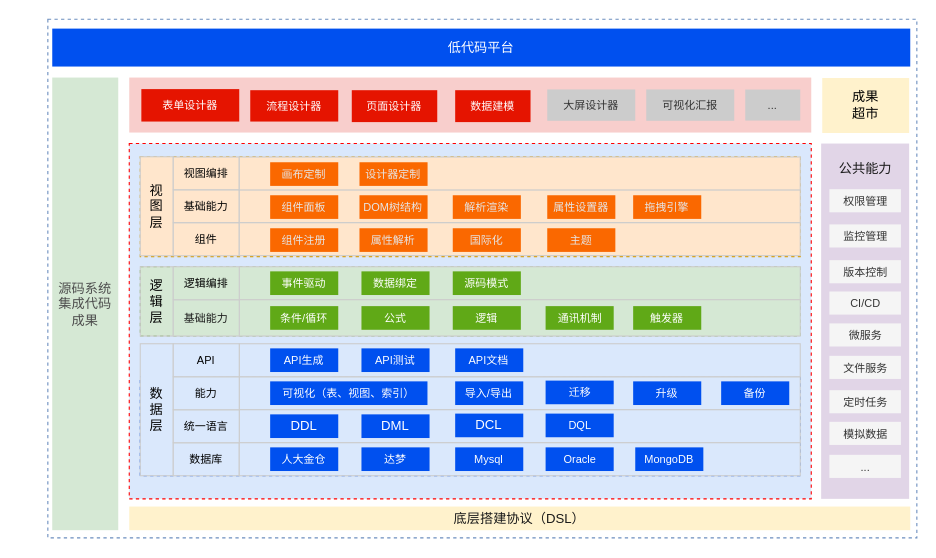
Before: 低代码—泳道图—研究内容.drawio in tangyaosimida/love, a draw.io diagram. Source tidied: cells renumbered, new cells numbered last; positions are measured from the earlier drawing's top-left corner, leaving out a move shared by most shapes. Both pictures are drawn from the tidied source at 110%, with x=0, y=0 at pixel (47, 19).
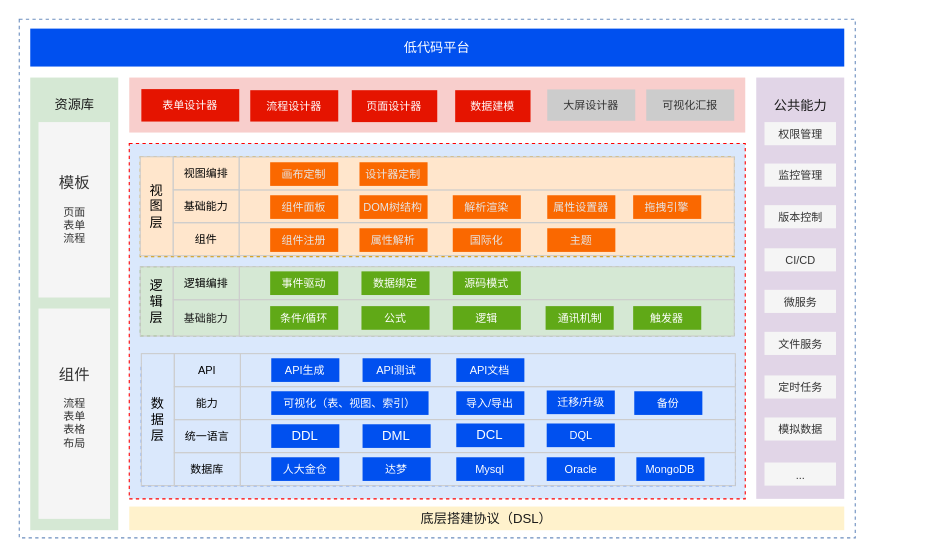
The same page after the edit.

Commit message:
更新低代码—泳道图—研究内容.drawio

Change to the diagram source:
```diff
@@
     <mxCell id="2" style="rounded=0;whiteSpace=wrap;html=1;dashed=1;fillColor=none;strokeColor=#6c8ebf;strokeWidth=1;" parent="1" vertex="1">
-      <mxGeometry width="790" height="471.5" as="geometry" />
+      <mxGeometry x="-26" width="760" height="471.5" as="geometry" />
     </mxCell>
     <mxCell id="3" style="rounded=0;whiteSpace=wrap;html=1;fillColor=#dae8fc;strokeColor=#FF0000;dashed=1;strokeWidth=1;" parent="1" vertex="1">
-      <mxGeometry x="74" y="113" width="620" height="323" as="geometry" />
+      <mxGeometry x="74" y="113" width="560" height="323" as="geometry" />
     </mxCell>
     <mxCell id="4" style="rounded=0;whiteSpace=wrap;html=1;fillColor=#f8cecc;strokeColor=none;" parent="1" vertex="1">
-      <mxGeometry x="74" y="53" width="620" height="50" as="geometry" />
+      <mxGeometry x="74" y="53" width="560" height="50" as="geometry" />
     </mxCell>
     <mxCell id="5" style="rounded=0;whiteSpace=wrap;html=1;strokeWidth=1;strokeColor=none;fillColor=#e1d5e7;" parent="1" vertex="1">
-      <mxGeometry x="703" y="113" width="80" height="323" as="geometry" />
+      <mxGeometry x="644" y="53" width="80" height="383" as="geometry" />
     </mxCell>
     <mxCell id="6" value="低代码平台" style="rounded=0;whiteSpace=wrap;html=1;fillColor=#0050ef;fontColor=#ffffff;strokeColor=none;" parent="1" vertex="1">
-      <mxGeometry x="4" y="8.5" width="780" height="34.5" as="geometry" />
+      <mxGeometry x="-16" y="8.5" width="740" height="34.5" as="geometry" />
     </mxCell>
     <mxCell id="7" value="&lt;font color=&quot;#1a1a1a&quot;&gt;底层搭建协议（DSL）&lt;/font&gt;" style="rounded=0;whiteSpace=wrap;html=1;fillColor=#fff2cc;strokeColor=none;" parent="1" vertex="1">
-      <mxGeometry x="74" y="443" width="710" height="21.5" as="geometry" />
+      <mxGeometry x="74" y="443" width="650" height="21.5" as="geometry" />
     </mxCell>
-    <mxCell id="8" value="&lt;font&gt;成果&lt;/font&gt;&lt;div&gt;&lt;font&gt;超市&lt;/font&gt;&lt;/div&gt;" style="rounded=0;whiteSpace=wrap;html=1;fillColor=#fff2cc;strokeColor=none;dashed=1;strokeWidth=2;" parent="1" vertex="1">
-      <mxGeometry x="704" y="53.4" width="79" height="50" as="geometry" />
-    </mxCell>
@@
     <mxCell id="10" value="公共能力" style="text;html=1;align=center;verticalAlign=middle;whiteSpace=wrap;rounded=0;fontColor=#1A1A1A;" parent="1" vertex="1">
-      <mxGeometry x="710.5" y="126.5" width="65" height="18.5" as="geometry" />
+      <mxGeometry x="651.5" y="69.8" width="65" height="18.5" as="geometry" />
     </mxCell>
     <mxCell id="11" value="&lt;div style=&quot;&quot;&gt;&lt;br&gt;&lt;/div&gt;" style="rounded=0;whiteSpace=wrap;html=1;align=left;strokeColor=#0050EF;fillColor=#dae8fc;dashed=1;strokeWidth=1;" parent="1" vertex="1">
-      <mxGeometry x="84" y="325" width="600" height="90" as="geometry" />
+      <mxGeometry x="85" y="313" width="540" height="111" as="geometry" />
     </mxCell>
     <mxCell id="12" value="&lt;div style=&quot;&quot;&gt;&lt;br&gt;&lt;/div&gt;" style="rounded=0;whiteSpace=wrap;html=1;align=left;strokeColor=#82b366;fillColor=#d5e8d4;dashed=1;strokeWidth=1;" parent="1" vertex="1">
-      <mxGeometry x="84" y="225" width="600" height="63" as="geometry" />
+      <mxGeometry x="84" y="225" width="540" height="63" as="geometry" />
     </mxCell>
     <mxCell id="13" value="&lt;div style=&quot;&quot;&gt;&lt;br&gt;&lt;/div&gt;" style="rounded=0;whiteSpace=wrap;html=1;align=left;fillColor=#ffe6cc;strokeColor=#d79b00;dashed=1;strokeWidth=1;" parent="1" vertex="1">
-      <mxGeometry x="84" y="125" width="600" height="90.8" as="geometry" />
+      <mxGeometry x="84" y="125" width="540" height="90.8" as="geometry" />
     </mxCell>
@@
-    <mxCell id="19" value="&lt;font color=&quot;#4d4d4d&quot;&gt;源码系统集成代码成果&lt;/font&gt;" style="rounded=0;whiteSpace=wrap;html=1;fillColor=#d5e8d4;strokeColor=none;dashed=1;strokeWidth=2;" parent="1" vertex="1">
-      <mxGeometry x="4" y="53" width="60" height="411.5" as="geometry" />
+    <mxCell id="19" style="rounded=0;whiteSpace=wrap;html=1;fillColor=#d5e8d4;strokeColor=none;dashed=1;strokeWidth=2;" parent="1" vertex="1">
+      <mxGeometry x="-16" y="53" width="80" height="411.5" as="geometry" />
     </mxCell>
     <mxCell id="20" value="权限管理" style="rounded=0;whiteSpace=wrap;html=1;strokeColor=none;fillColor=#f5f5f5;fontColor=#333333;fontSize=10;" parent="1" vertex="1">
-      <mxGeometry x="710.5" y="154.5" width="65" height="21" as="geometry" />
+      <mxGeometry x="651.5" y="93.5" width="65" height="21" as="geometry" />
     </mxCell>
     <mxCell id="21" value="监控管理" style="rounded=0;whiteSpace=wrap;html=1;strokeColor=none;fillColor=#f5f5f5;fontColor=#333333;fontSize=10;" parent="1" vertex="1">
-      <mxGeometry x="710.5" y="186.5" width="65" height="21" as="geometry" />
+      <mxGeometry x="651.5" y="131.2" width="65" height="21" as="geometry" />
     </mxCell>
     <mxCell id="22" value="版本控制" style="rounded=0;whiteSpace=wrap;html=1;strokeColor=none;fillColor=#f5f5f5;fontColor=#333333;fontSize=10;" parent="1" vertex="1">
-      <mxGeometry x="710.5" y="219" width="65" height="21" as="geometry" />
+      <mxGeometry x="651.5" y="169" width="65" height="21" as="geometry" />
     </mxCell>
     <mxCell id="23" value="CI/CD" style="rounded=0;whiteSpace=wrap;html=1;strokeColor=none;fillColor=#f5f5f5;fontColor=#333333;fontSize=10;" parent="1" vertex="1">
-      <mxGeometry x="710.5" y="247.5" width="65" height="21" as="geometry" />
+      <mxGeometry x="651.5" y="208.2" width="65" height="21" as="geometry" />
     </mxCell>
     <mxCell id="24" value="微服务" style="rounded=0;whiteSpace=wrap;html=1;strokeColor=none;fillColor=#f5f5f5;fontColor=#333333;fontSize=10;" parent="1" vertex="1">
-      <mxGeometry x="710.5" y="276.5" width="65" height="21" as="geometry" />
+      <mxGeometry x="651.5" y="246" width="65" height="21" as="geometry" />
     </mxCell>
     <mxCell id="25" value="文件服务" style="rounded=0;whiteSpace=wrap;html=1;strokeColor=none;fillColor=#f5f5f5;fontColor=#333333;fontSize=10;" parent="1" vertex="1">
-      <mxGeometry x="710.5" y="306" width="65" height="21" as="geometry" />
+      <mxGeometry x="651.5" y="284.2" width="65" height="21" as="geometry" />
     </mxCell>
     <mxCell id="26" value="定时任务" style="rounded=0;whiteSpace=wrap;html=1;strokeColor=none;fillColor=#f5f5f5;fontColor=#333333;fontSize=10;" parent="1" vertex="1">
-      <mxGeometry x="710.5" y="337.2" width="65" height="21" as="geometry" />
+      <mxGeometry x="651.5" y="323.8" width="65" height="21" as="geometry" />
     </mxCell>
     <mxCell id="27" value="模拟数据" style="rounded=0;whiteSpace=wrap;html=1;strokeColor=none;fillColor=#f5f5f5;fontColor=#333333;fontSize=10;" parent="1" vertex="1">
-      <mxGeometry x="710.5" y="366" width="65" height="21" as="geometry" />
+      <mxGeometry x="651.5" y="362" width="65" height="21" as="geometry" />
     </mxCell>
     <mxCell id="28" value="..." style="rounded=0;whiteSpace=wrap;html=1;strokeColor=none;fillColor=#f5f5f5;fontColor=#333333;fontSize=10;" parent="1" vertex="1">
-      <mxGeometry x="710.5" y="396" width="65" height="21" as="geometry" />
+      <mxGeometry x="651.5" y="403" width="65" height="21" as="geometry" />
     </mxCell>
     <mxCell id="29" value="数&lt;div style=&quot;font-size: 12px;&quot;&gt;据&lt;/div&gt;&lt;div style=&quot;font-size: 12px;&quot;&gt;层&lt;/div&gt;" style="text;html=1;align=center;verticalAlign=middle;whiteSpace=wrap;rounded=0;fillColor=#dae8fc;strokeColor=#CCCCCC;fontSize=12;" parent="1" vertex="1">
-      <mxGeometry x="84" y="295" width="30" height="120" as="geometry" />
+      <mxGeometry x="85" y="304" width="30" height="120" as="geometry" />
     </mxCell>
-    <mxCell id="30" value="..." style="rounded=0;whiteSpace=wrap;html=1;fillColor=#CCCCCC;fontColor=#333333;strokeColor=none;fontSize=10;" parent="1" vertex="1">
-      <mxGeometry x="634" y="63.9" width="50" height="28.2" as="geometry" />
-    </mxCell>
     <mxCell id="31" style="rounded=0;whiteSpace=wrap;html=1;fillColor=#dae8fc;strokeColor=#CCCCCC;" parent="1" vertex="1">
-      <mxGeometry x="174" y="325" width="510" height="30" as="geometry" />
+      <mxGeometry x="175" y="334" width="450" height="30" as="geometry" />
     </mxCell>
     <mxCell id="32" style="rounded=0;whiteSpace=wrap;html=1;fillColor=#dae8fc;strokeColor=#CCCCCC;" parent="1" vertex="1">
-      <mxGeometry x="174" y="355" width="510" height="30" as="geometry" />
+      <mxGeometry x="175" y="364" width="450" height="30" as="geometry" />
     </mxCell>
     <mxCell id="33" value="数据库" style="rounded=0;whiteSpace=wrap;html=1;fillColor=#dae8fc;strokeColor=#CCCCCC;fontSize=10;" parent="1" vertex="1">
-      <mxGeometry x="114" y="385" width="60" height="30" as="geometry" />
+      <mxGeometry x="115" y="394" width="60" height="30" as="geometry" />
     </mxCell>
     <mxCell id="34" style="rounded=0;whiteSpace=wrap;html=1;fillColor=#dae8fc;strokeColor=#CCCCCC;" parent="1" vertex="1">
-      <mxGeometry x="174" y="295" width="510" height="30" as="geometry" />
+      <mxGeometry x="175" y="304" width="450" height="30" as="geometry" />
     </mxCell>
     <mxCell id="35" style="rounded=0;whiteSpace=wrap;html=1;fillColor=#dae8fc;strokeColor=#CCCCCC;" parent="1" vertex="1">
-      <mxGeometry x="174" y="385" width="510" height="30" as="geometry" />
+      <mxGeometry x="175" y="394" width="450" height="30" as="geometry" />
     </mxCell>
     <mxCell id="36" value="统一语言" style="rounded=0;whiteSpace=wrap;html=1;fillColor=#dae8fc;strokeColor=#CCCCCC;fontSize=10;" parent="1" vertex="1">
-      <mxGeometry x="114" y="355" width="60" height="30" as="geometry" />
+      <mxGeometry x="115" y="364" width="60" height="30" as="geometry" />
     </mxCell>
     <mxCell id="37" value="能力" style="rounded=0;whiteSpace=wrap;html=1;fillColor=#dae8fc;strokeColor=#CCCCCC;fontSize=10;" parent="1" vertex="1">
-      <mxGeometry x="114" y="325" width="60" height="30" as="geometry" />
+      <mxGeometry x="115" y="334" width="60" height="30" as="geometry" />
     </mxCell>
     <mxCell id="38" value="API" style="rounded=0;whiteSpace=wrap;html=1;fillColor=#dae8fc;strokeColor=#CCCCCC;fontSize=10;" parent="1" vertex="1">
-      <mxGeometry x="114" y="295" width="60" height="30" as="geometry" />
+      <mxGeometry x="115" y="304" width="60" height="30" as="geometry" />
     </mxCell>
     <mxCell id="39" value="人大金仓" style="rounded=0;whiteSpace=wrap;html=1;fillColor=#0050ef;fontColor=#ffffff;strokeColor=none;fontSize=10;" parent="1" vertex="1">
-      <mxGeometry x="202.1" y="389.2" width="61.9" height="21.5" as="geometry" />
+      <mxGeometry x="203.1" y="398.2" width="61.9" height="21.5" as="geometry" />
     </mxCell>
     <mxCell id="40" value="达梦" style="rounded=0;whiteSpace=wrap;html=1;fillColor=#0050ef;fontColor=#ffffff;strokeColor=none;fontSize=10;" parent="1" vertex="1">
-      <mxGeometry x="285.1" y="389.2" width="61.9" height="21.5" as="geometry" />
+      <mxGeometry x="286.1" y="398.2" width="61.9" height="21.5" as="geometry" />
     </mxCell>
     <mxCell id="41" value="Mysql" style="rounded=0;whiteSpace=wrap;html=1;fillColor=#0050ef;fontColor=#ffffff;strokeColor=none;fontSize=10;" parent="1" vertex="1">
-      <mxGeometry x="370.3" y="389.2" width="61.9" height="21.5" as="geometry" />
+      <mxGeometry x="371.3" y="398.2" width="61.9" height="21.5" as="geometry" />
     </mxCell>
     <mxCell id="42" value="Oracle" style="rounded=0;whiteSpace=wrap;html=1;fillColor=#0050ef;fontColor=#ffffff;strokeColor=none;fontSize=10;" parent="1" vertex="1">
-      <mxGeometry x="452.5" y="389.2" width="61.9" height="21.5" as="geometry" />
+      <mxGeometry x="453.5" y="398.2" width="61.9" height="21.5" as="geometry" />
     </mxCell>
     <mxCell id="43" value="MongoDB" style="rounded=0;whiteSpace=wrap;html=1;fillColor=#0050ef;fontColor=#ffffff;strokeColor=none;fontSize=10;" parent="1" vertex="1">
-      <mxGeometry x="534" y="389.2" width="61.9" height="21.5" as="geometry" />
+      <mxGeometry x="535" y="398.2" width="61.9" height="21.5" as="geometry" />
     </mxCell>
     <mxCell id="44" value="DDL" style="rounded=0;whiteSpace=wrap;html=1;fillColor=#0050ef;fontColor=#ffffff;strokeColor=none;" parent="1" vertex="1">
-      <mxGeometry x="202.1" y="359.2" width="61.9" height="21.5" as="geometry" />
+      <mxGeometry x="203.1" y="368.2" width="61.9" height="21.5" as="geometry" />
     </mxCell>
     <mxCell id="45" value="DML" style="rounded=0;whiteSpace=wrap;html=1;fillColor=#0050ef;fontColor=#ffffff;strokeColor=none;" parent="1" vertex="1">
-      <mxGeometry x="285.1" y="359.2" width="61.9" height="21.5" as="geometry" />
+      <mxGeometry x="286.1" y="368.2" width="61.9" height="21.5" as="geometry" />
     </mxCell>
     <mxCell id="46" value="DCL" style="rounded=0;whiteSpace=wrap;html=1;fillColor=#0050ef;fontColor=#ffffff;strokeColor=none;" parent="1" vertex="1">
-      <mxGeometry x="370.3" y="358.5" width="61.9" height="21.5" as="geometry" />
+      <mxGeometry x="371.3" y="367.5" width="61.9" height="21.5" as="geometry" />
     </mxCell>
     <mxCell id="47" value="DQL" style="rounded=0;whiteSpace=wrap;html=1;fillColor=#0050ef;fontColor=#ffffff;strokeColor=none;fontSize=10;" parent="1" vertex="1">
-      <mxGeometry x="452.5" y="358.5" width="61.9" height="21.5" as="geometry" />
+      <mxGeometry x="453.5" y="367.5" width="61.9" height="21.5" as="geometry" />
     </mxCell>
     <mxCell id="48" value="&lt;font style=&quot;font-size: 10px;&quot;&gt;可视化（表、视图、索引）&lt;/font&gt;" style="rounded=0;whiteSpace=wrap;html=1;fillColor=#0050ef;fontColor=#ffffff;strokeColor=none;fontSize=10;" parent="1" vertex="1">
-      <mxGeometry x="202.1" y="329.2" width="143" height="21.5" as="geometry" />
+      <mxGeometry x="203.1" y="338.2" width="143" height="21.5" as="geometry" />
     </mxCell>
     <mxCell id="49" value="导入/导出" style="rounded=0;whiteSpace=wrap;html=1;fillColor=#0050ef;fontColor=#ffffff;strokeColor=none;fontSize=10;" parent="1" vertex="1">
-      <mxGeometry x="370.3" y="329.2" width="61.9" height="21.5" as="geometry" />
+      <mxGeometry x="371.3" y="338.2" width="61.9" height="21.5" as="geometry" />
     </mxCell>
-    <mxCell id="50" value="迁移" style="rounded=0;whiteSpace=wrap;html=1;fillColor=#0050ef;fontColor=#ffffff;strokeColor=none;fontSize=10;" parent="1" vertex="1">
-      <mxGeometry x="452.5" y="328.5" width="61.9" height="21.5" as="geometry" />
+    <mxCell id="50" value="迁移/升级" style="rounded=0;whiteSpace=wrap;html=1;fillColor=#0050ef;fontColor=#ffffff;strokeColor=none;fontSize=10;" parent="1" vertex="1">
+      <mxGeometry x="453.5" y="337.5" width="61.9" height="21.5" as="geometry" />
     </mxCell>
-    <mxCell id="51" value="升级" style="rounded=0;whiteSpace=wrap;html=1;fillColor=#0050ef;fontColor=#ffffff;strokeColor=none;fontSize=10;" parent="1" vertex="1">
-      <mxGeometry x="532.1" y="329.2" width="61.9" height="21.5" as="geometry" />
+    <mxCell id="51" value="备份" style="rounded=0;whiteSpace=wrap;html=1;fillColor=#0050ef;fontColor=#ffffff;strokeColor=none;fontSize=10;" parent="1" vertex="1">
+      <mxGeometry x="533.1" y="338.2" width="61.9" height="21.5" as="geometry" />
     </mxCell>
-    <mxCell id="52" value="备份" style="rounded=0;whiteSpace=wrap;html=1;fillColor=#0050ef;fontColor=#ffffff;strokeColor=none;fontSize=10;" parent="1" vertex="1">
-      <mxGeometry x="612.1" y="329.2" width="61.9" height="21.5" as="geometry" />
-    </mxCell>
     <mxCell id="53" value="API生成" style="rounded=0;whiteSpace=wrap;html=1;fillColor=#0050ef;fontColor=#ffffff;strokeColor=none;fontSize=10;" parent="1" vertex="1">
-      <mxGeometry x="202.1" y="299.2" width="61.9" height="21.5" as="geometry" />
+      <mxGeometry x="203.1" y="308.2" width="61.9" height="21.5" as="geometry" />
     </mxCell>
     <mxCell id="54" value="API测试" style="rounded=0;whiteSpace=wrap;html=1;fillColor=#0050ef;fontColor=#ffffff;strokeColor=none;fontSize=10;" parent="1" vertex="1">
-      <mxGeometry x="285.1" y="299.2" width="61.9" height="21.5" as="geometry" />
+      <mxGeometry x="286.1" y="308.2" width="61.9" height="21.5" as="geometry" />
     </mxCell>
     <mxCell id="55" value="API文档" style="rounded=0;whiteSpace=wrap;html=1;fillColor=#0050ef;fontColor=#ffffff;strokeColor=none;fontSize=10;" parent="1" vertex="1">
-      <mxGeometry x="370.3" y="299.2" width="61.9" height="21.5" as="geometry" />
+      <mxGeometry x="371.3" y="308.2" width="61.9" height="21.5" as="geometry" />
     </mxCell>
@@
     <mxCell id="57" style="rounded=0;whiteSpace=wrap;html=1;fillColor=#d5e8d4;strokeColor=#CCCCCC;" parent="1" vertex="1">
-      <mxGeometry x="174" y="225" width="510" height="30" as="geometry" />
+      <mxGeometry x="174" y="225" width="450" height="30" as="geometry" />
     </mxCell>
     <mxCell id="58" style="rounded=0;whiteSpace=wrap;html=1;fillColor=#d5e8d4;strokeColor=#CCCCCC;" parent="1" vertex="1">
-      <mxGeometry x="174" y="255" width="510" height="33" as="geometry" />
+      <mxGeometry x="174" y="255" width="450" height="33" as="geometry" />
     </mxCell>
@@
     <mxCell id="73" style="rounded=0;whiteSpace=wrap;html=1;fillColor=#ffe6cc;strokeColor=#CCCCCC;" parent="1" vertex="1">
-      <mxGeometry x="174" y="184.9" width="510" height="30" as="geometry" />
+      <mxGeometry x="174" y="184.9" width="450" height="30" as="geometry" />
     </mxCell>
     <mxCell id="74" style="rounded=0;whiteSpace=wrap;html=1;fillColor=#ffe6cc;strokeColor=#CCCCCC;" parent="1" vertex="1">
-      <mxGeometry x="174" y="154.9" width="510" height="30" as="geometry" />
+      <mxGeometry x="174" y="154.9" width="450" height="30" as="geometry" />
     </mxCell>
     <mxCell id="75" style="rounded=0;whiteSpace=wrap;html=1;fillColor=#ffe6cc;strokeColor=#CCCCCC;" parent="1" vertex="1">
-      <mxGeometry x="174" y="125.2" width="510" height="30" as="geometry" />
+      <mxGeometry x="174" y="125.2" width="450" height="30" as="geometry" />
     </mxCell>
@@
+    <mxCell id="87" value="资源库" style="text;html=1;align=center;verticalAlign=middle;whiteSpace=wrap;rounded=0;fontColor=#1A1A1A;" parent="1" vertex="1">
+      <mxGeometry x="-8.5" y="68.8" width="65" height="18.5" as="geometry" />
+    </mxCell>
+    <mxCell id="88" value="&lt;font style=&quot;font-size: 14px;&quot;&gt;模板&lt;/font&gt;&lt;div&gt;&lt;br&gt;&lt;/div&gt;&lt;div&gt;&lt;font style=&quot;font-size: 10px;&quot;&gt;页面&lt;/font&gt;&lt;/div&gt;&lt;div&gt;&lt;font style=&quot;font-size: 10px;&quot;&gt;表单&lt;/font&gt;&lt;/div&gt;&lt;div&gt;流程&lt;/div&gt;" style="rounded=0;whiteSpace=wrap;html=1;strokeColor=none;fillColor=#f5f5f5;fontColor=#333333;fontSize=10;" parent="1" vertex="1">
+      <mxGeometry x="-8.5" y="93.5" width="65" height="159.5" as="geometry" />
+    </mxCell>
+    <mxCell id="89" value="&lt;font style=&quot;font-size: 14px;&quot;&gt;组件&lt;/font&gt;&lt;div&gt;&lt;br&gt;&lt;div&gt;流程&lt;/div&gt;&lt;div&gt;表单&lt;/div&gt;&lt;div&gt;表格&lt;/div&gt;&lt;div&gt;布局&lt;/div&gt;&lt;/div&gt;&lt;div&gt;&lt;br&gt;&lt;/div&gt;" style="rounded=0;whiteSpace=wrap;html=1;strokeColor=none;fillColor=#f5f5f5;fontColor=#333333;fontSize=10;" parent="1" vertex="1">
+      <mxGeometry x="-8.5" y="263" width="65" height="191.2" as="geometry" />
+    </mxCell>
```
